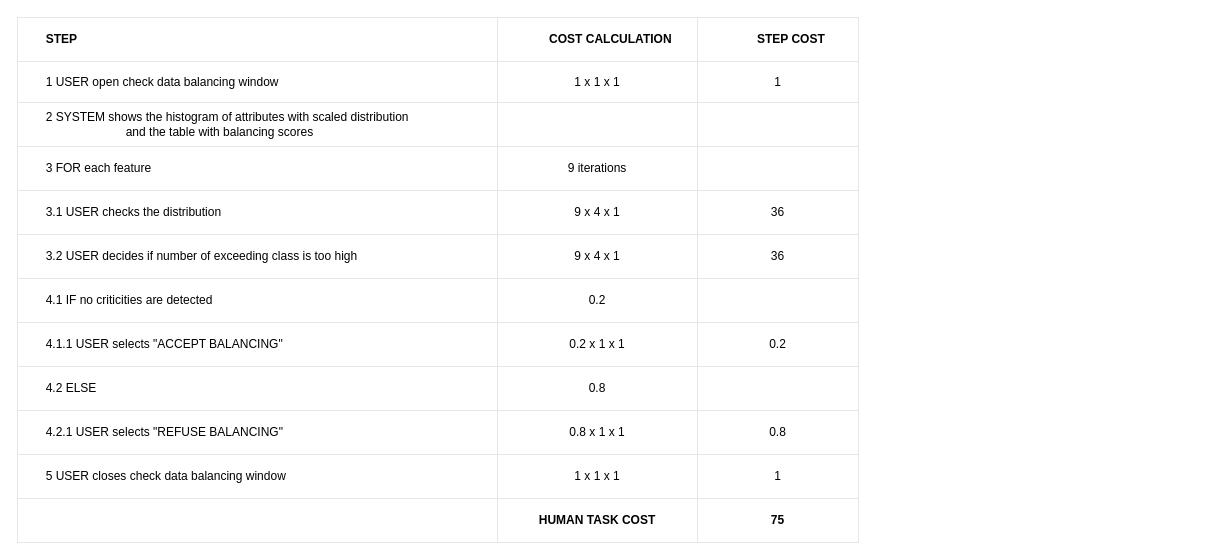
Earlier version of the draw.io diagram check data balancing (Fede)/check_data_balancing_table.drawio (BaffoBello14/AutomaticDamagesRecognition). Source tidied: cells renumbered, new cells numbered last; positions are measured from the earlier drawing's top-left corner, leaving out a move shared by most shapes. Both pictures are drawn from the tidied source at 100%, with x=0, y=0 at pixel (17, 17).
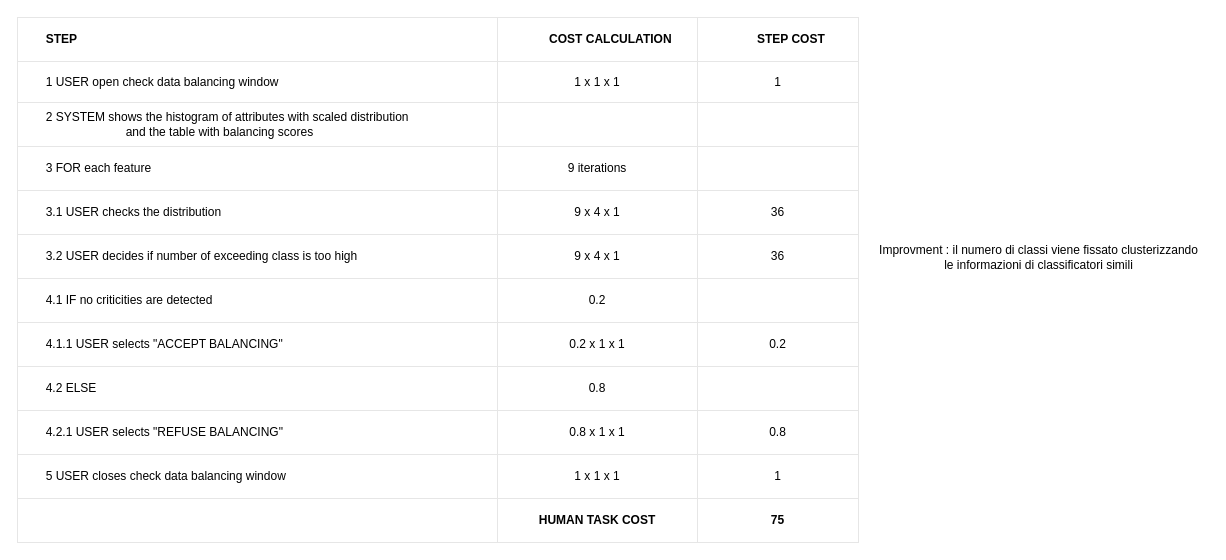
The same page after the edit.

Change to the diagram source:
```diff
@@
+    <mxCell id="51" value="Improvment : il numero di classi viene fissato clusterizzando &lt;br&gt;le informazioni di classificatori simili" style="text;html=1;align=center;verticalAlign=middle;strokeColor=none;fillColor=none;" parent="1" vertex="1">
+      <mxGeometry x="851" y="220" width="340" height="40" as="geometry" />
+    </mxCell>
```
